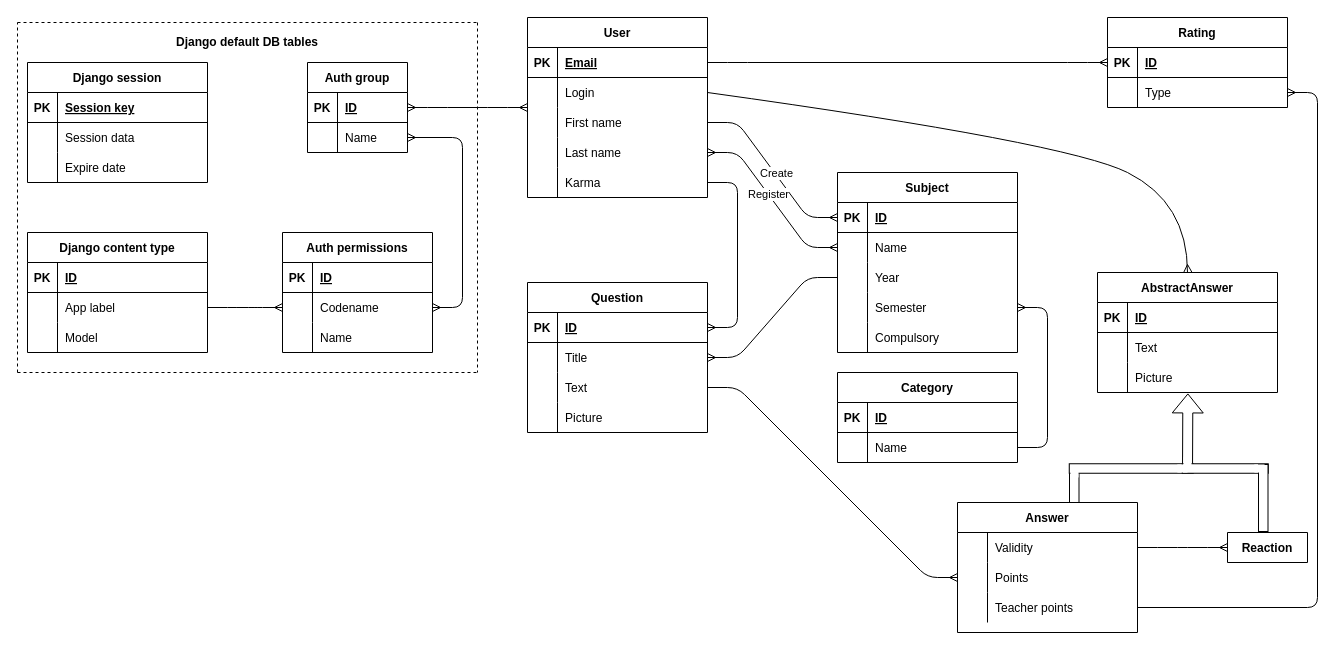
Earlier version of the draw.io diagram page "Page-2" (2 of 2) of docs/ER.drawio (FilipSolich/IIS). Source tidied: cells renumbered, new cells numbered last; positions are measured from the earlier drawing's top-left corner, leaving out a move shared by most shapes. Both pictures are drawn from the tidied source at 100%, with x=0, y=0 at pixel (17, 17).
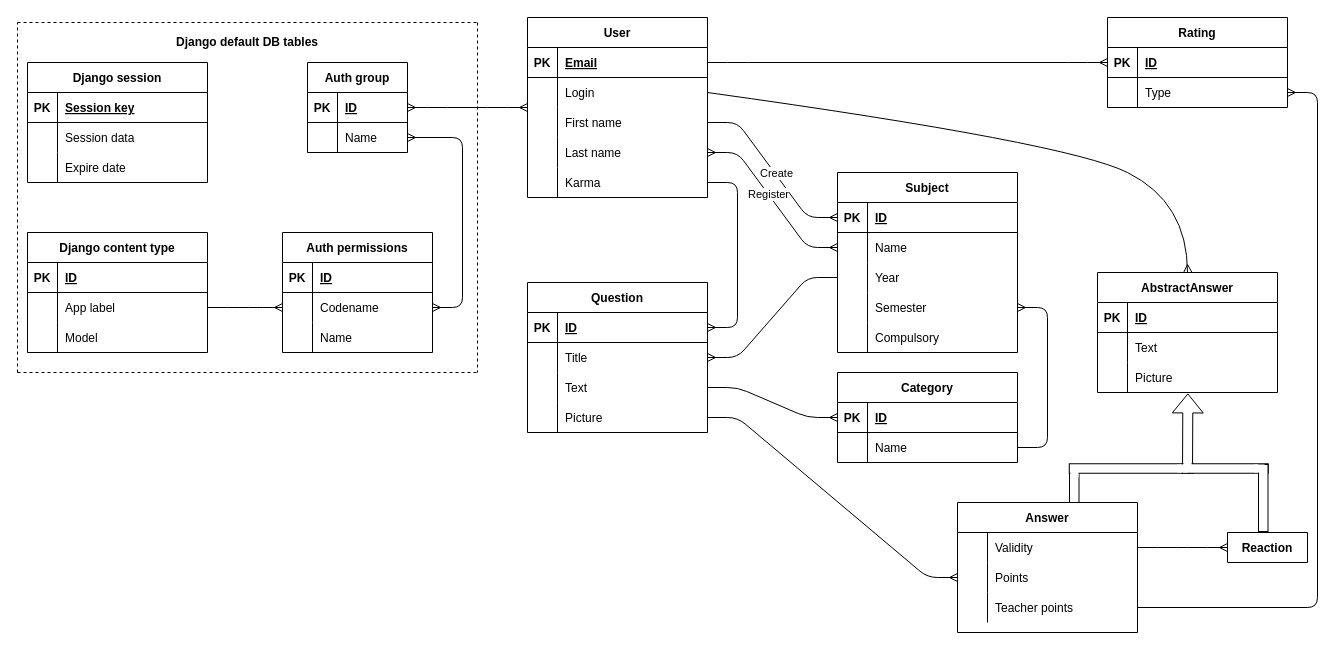
The same diagram, later.

The change refers to these unchanged cells:
```xml
<mxCell id="10" style="shape=partialRectangle;fillColor=none;top=0;left=0;bottom=0;right=0;points=[[0,0.5],[1,0.5]];portConstraint=eastwest;" parent="3" vertex="1">
  <mxGeometry y="90" width="180" height="30" as="geometry" />
</mxCell>
<mxCell id="13" style="shape=partialRectangle;fillColor=none;top=0;left=0;bottom=0;right=0;points=[[0,0.5],[1,0.5]];portConstraint=eastwest;" parent="3" vertex="1">
  <mxGeometry y="120" width="180" height="30" as="geometry" />
</mxCell>
<mxCell id="66" style="shape=partialRectangle;fillColor=none;top=0;left=0;bottom=1;right=0;points=[[0,0.5],[1,0.5]];portConstraint=eastwest;" parent="65" vertex="1">
  <mxGeometry y="30" width="180" height="30" as="geometry" />
</mxCell>
<mxCell id="134" style="shape=partialRectangle;fillColor=none;top=0;left=0;bottom=0;right=0;points=[[0,0.5],[1,0.5]];portConstraint=eastwest;" parent="130" vertex="1">
  <mxGeometry y="60" width="180" height="30" as="geometry" />
</mxCell>
```

Diff of the diagram source:
```diff
@@
-    <mxCell id="74" style="edgeStyle=entityRelationEdgeStyle;fontSize=12;html=1;endArrow=ERmany;" parent="1" edge="1" source="10" target="134">
+    <mxCell id="74" style="edgeStyle=entityRelationEdgeStyle;fontSize=12;html=1;endArrow=ERmany;" parent="1" edge="1" source="13" target="134">
       <mxGeometry relative="1" as="geometry" />
     </mxCell>
@@
+    <mxCell id="153" style="edgeStyle=entityRelationEdgeStyle;fontSize=12;html=1;endArrow=ERmany;" parent="1" edge="1" source="10" target="66">
+      <mxGeometry relative="1" as="geometry" />
+    </mxCell>
```
